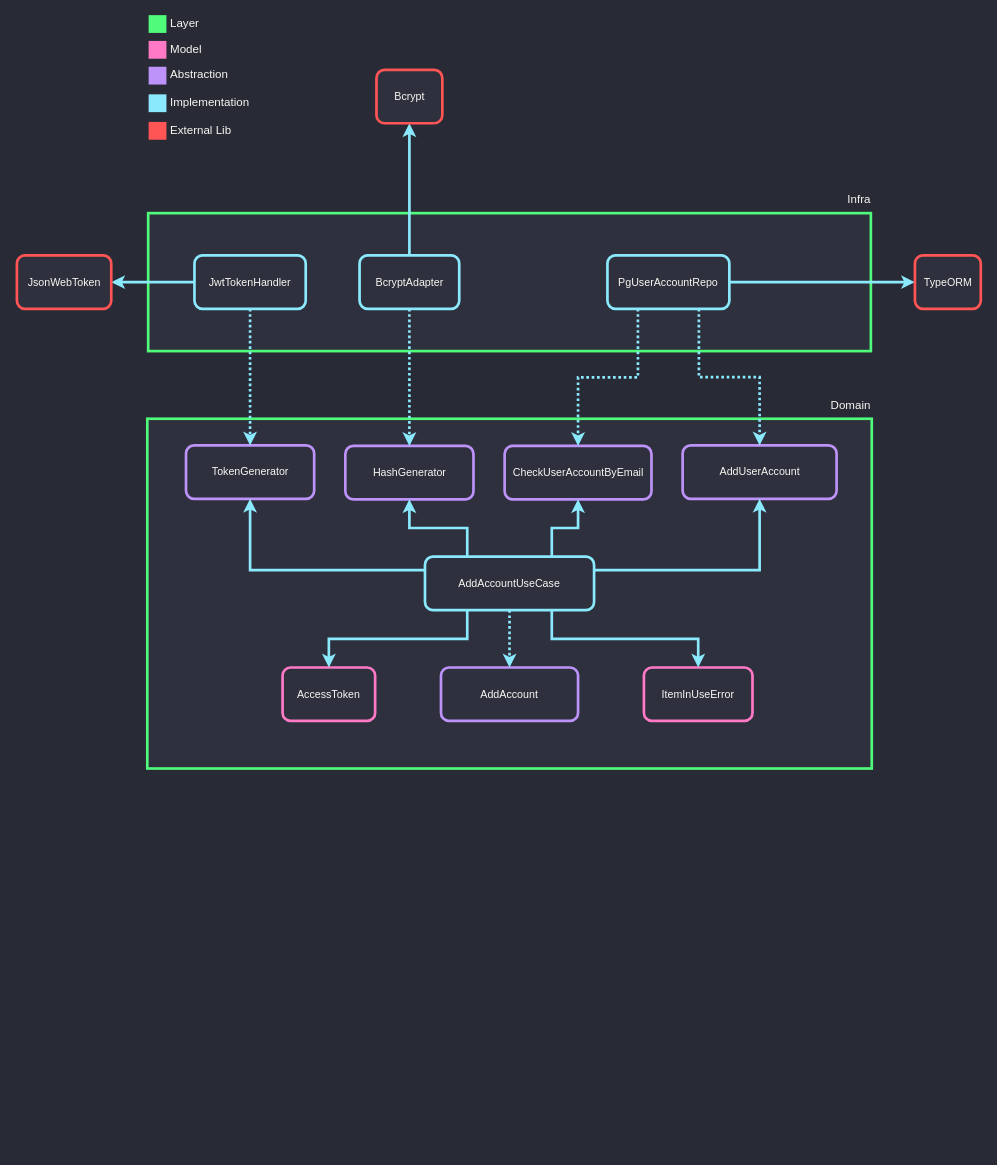
Before: documentation/signup/dependencies.drawio in alexandrevoliveira/engemanapi, a draw.io diagram. Source tidied: cells renumbered, new cells numbered last; positions are measured from the earlier drawing's top-left corner, leaving out a move shared by most shapes. Both pictures are drawn from the tidied source at 89%, with x=0, y=0 at pixel (17, 14).
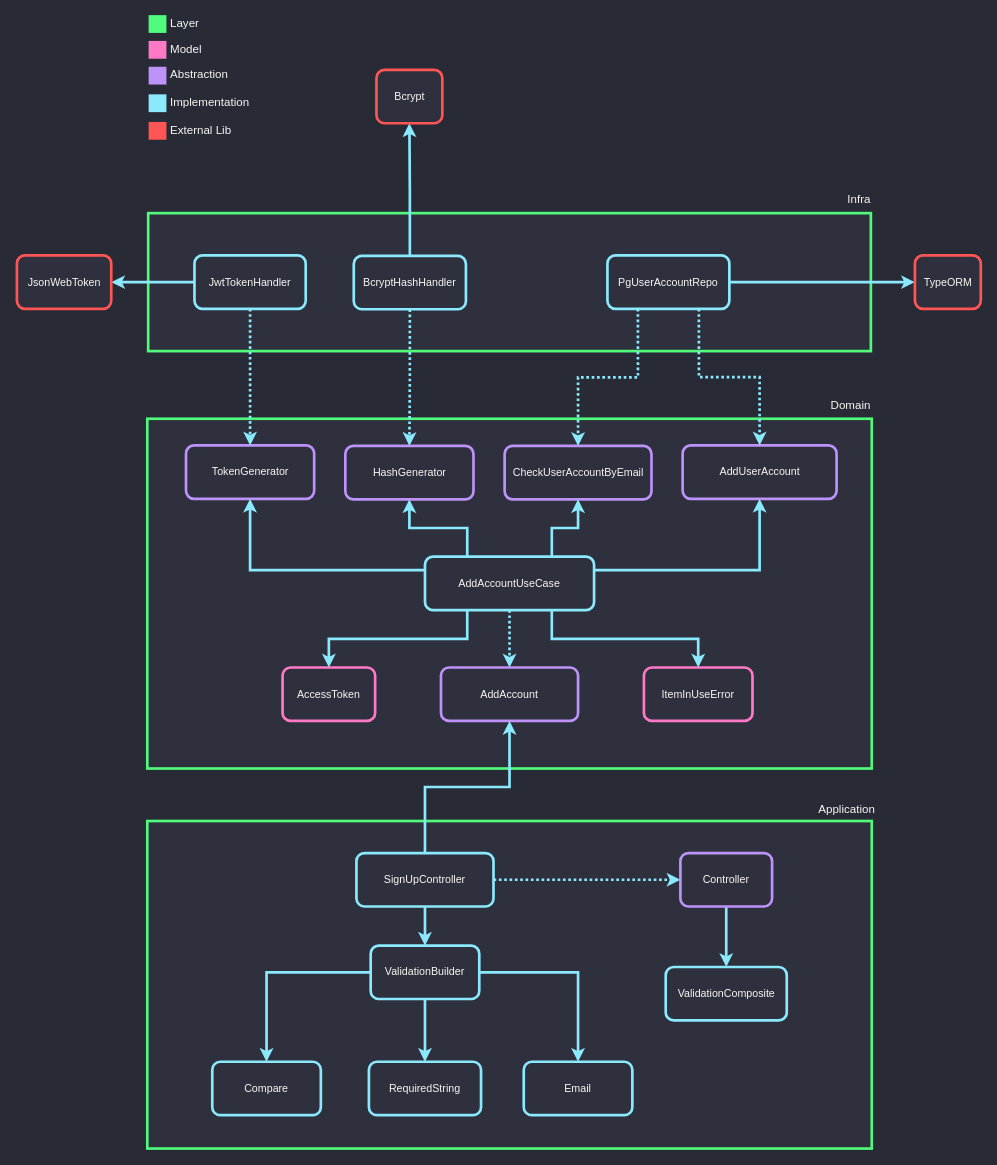
The same diagram, later.

Commit message:
docs: update SignUp dependency diagram

Unchanged cells that the change refers to:
```xml
<mxCell id="5" value="AddAccount" style="rounded=1;whiteSpace=wrap;html=1;strokeColor=#BD93F9;fillColor=#2E303D;strokeWidth=3;fontColor=#F8F8F2;" parent="1" vertex="1">
  <mxGeometry x="476" y="733.5" width="154" height="60" as="geometry" />
</mxCell>
```

What changed in the source:
```diff
@@
-    <mxCell id="32" value="BcryptAdapter" style="rounded=1;whiteSpace=wrap;html=1;strokeColor=#8BE9FD;fillColor=#2E303D;strokeWidth=3;fontColor=#F8F8F2;" parent="1" vertex="1">
-      <mxGeometry x="384.5" y="270.5" width="112" height="60" as="geometry" />
+    <mxCell id="32" value="BcryptHashHandler" style="rounded=1;whiteSpace=wrap;html=1;strokeColor=#8BE9FD;fillColor=#2E303D;strokeWidth=3;fontColor=#F8F8F2;" parent="1" vertex="1">
+      <mxGeometry x="378" y="271" width="126" height="60" as="geometry" />
     </mxCell>
@@
+    <mxCell id="44" style="rounded=0;whiteSpace=wrap;html=1;strokeColor=#50FA7B;strokeWidth=3;fillColor=#2E303D;fontColor=#F8F8F2;" parent="1" vertex="1">
+      <mxGeometry x="146" y="906" width="814" height="368" as="geometry" />
+    </mxCell>
+    <mxCell id="45" value="Application" style="text;html=1;align=right;verticalAlign=bottom;spacingTop=-4;fontColor=#F8F8F2;fontSize=13;" parent="1" vertex="1">
+      <mxGeometry x="891.5" y="887" width="73" height="16" as="geometry" />
+    </mxCell>
+    <mxCell id="46" style="edgeStyle=orthogonalEdgeStyle;rounded=0;jettySize=auto;html=1;exitX=0.5;exitY=1;exitDx=0;exitDy=0;entryX=0.5;entryY=0;entryDx=0;entryDy=0;strokeColor=#8BE9FD;strokeWidth=3;" parent="1" edge="1" source="48" target="51">
+      <mxGeometry relative="1" as="geometry" />
+    </mxCell>
+    <mxCell id="47" style="edgeStyle=orthogonalEdgeStyle;rounded=0;jettySize=auto;html=1;exitX=1;exitY=0.5;exitDx=0;exitDy=0;entryX=0;entryY=0.5;entryDx=0;entryDy=0;strokeColor=#8BE9FD;strokeWidth=3;dashed=1;dashPattern=1 1;" parent="1" edge="1" source="48" target="54">
+      <mxGeometry relative="1" as="geometry" />
+    </mxCell>
+    <mxCell id="48" value="SignUpController" style="rounded=1;whiteSpace=wrap;html=1;strokeColor=#8BE9FD;fillColor=#2E303D;strokeWidth=3;fontColor=#F8F8F2;" parent="1" vertex="1">
+      <mxGeometry x="381" y="942" width="154" height="60" as="geometry" />
+    </mxCell>
+    <mxCell id="49" value="ValidationComposite" style="rounded=1;whiteSpace=wrap;html=1;strokeColor=#8BE9FD;fillColor=#2E303D;strokeWidth=3;fontColor=#F8F8F2;" parent="1" vertex="1">
+      <mxGeometry x="728.5" y="1070" width="136" height="60" as="geometry" />
+    </mxCell>
+    <mxCell id="50" style="edgeStyle=orthogonalEdgeStyle;rounded=0;jettySize=auto;html=1;exitX=0.5;exitY=1;exitDx=0;exitDy=0;entryX=0.5;entryY=0;entryDx=0;entryDy=0;strokeColor=#8BE9FD;strokeWidth=3;" parent="1" edge="1" source="51" target="55">
+      <mxGeometry relative="1" as="geometry" />
+    </mxCell>
+    <mxCell id="51" value="ValidationBuilder" style="rounded=1;whiteSpace=wrap;html=1;strokeColor=#8BE9FD;fillColor=#2E303D;strokeWidth=3;fontColor=#F8F8F2;" parent="1" vertex="1">
+      <mxGeometry x="397" y="1046" width="122" height="60" as="geometry" />
+    </mxCell>
+    <mxCell id="52" value="Email" style="rounded=1;whiteSpace=wrap;html=1;strokeColor=#8BE9FD;fillColor=#2E303D;strokeWidth=3;fontColor=#F8F8F2;" parent="1" vertex="1">
+      <mxGeometry x="569" y="1176.5" width="122" height="60" as="geometry" />
+    </mxCell>
+    <mxCell id="53" style="edgeStyle=orthogonalEdgeStyle;rounded=0;jettySize=auto;html=1;exitX=0.5;exitY=1;exitDx=0;exitDy=0;entryX=0.5;entryY=0;entryDx=0;entryDy=0;strokeColor=#8BE9FD;strokeWidth=3;" parent="1" edge="1" source="54" target="49">
+      <mxGeometry relative="1" as="geometry" />
+    </mxCell>
+    <mxCell id="54" value="Controller" style="rounded=1;whiteSpace=wrap;html=1;strokeColor=#BD93F9;fillColor=#2E303D;strokeWidth=3;fontColor=#F8F8F2;" parent="1" vertex="1">
+      <mxGeometry x="745" y="942" width="103" height="60" as="geometry" />
+    </mxCell>
+    <mxCell id="55" value="RequiredString" style="rounded=1;whiteSpace=wrap;html=1;strokeColor=#8BE9FD;fillColor=#2E303D;strokeWidth=3;fontColor=#F8F8F2;" parent="1" vertex="1">
+      <mxGeometry x="395" y="1176.5" width="126" height="60" as="geometry" />
+    </mxCell>
+    <mxCell id="56" value="Compare" style="rounded=1;whiteSpace=wrap;html=1;strokeColor=#8BE9FD;fillColor=#2E303D;strokeWidth=3;fontColor=#F8F8F2;" parent="1" vertex="1">
+      <mxGeometry x="219" y="1176.5" width="122" height="60" as="geometry" />
+    </mxCell>
+    <mxCell id="57" style="edgeStyle=orthogonalEdgeStyle;rounded=0;jettySize=auto;html=1;exitX=0;exitY=0.5;exitDx=0;exitDy=0;entryX=0.5;entryY=0;entryDx=0;entryDy=0;strokeColor=#8BE9FD;strokeWidth=3;" parent="1" edge="1" source="51" target="56">
+      <mxGeometry relative="1" as="geometry" />
+    </mxCell>
+    <mxCell id="58" style="edgeStyle=orthogonalEdgeStyle;rounded=0;jettySize=auto;html=1;exitX=1;exitY=0.5;exitDx=0;exitDy=0;entryX=0.5;entryY=0;entryDx=0;entryDy=0;strokeColor=#8BE9FD;strokeWidth=3;" parent="1" edge="1" source="51" target="52">
+      <mxGeometry relative="1" as="geometry">
+        <Array as="points">
+          <mxPoint x="630" y="1076" />
+        </Array>
+      </mxGeometry>
+    </mxCell>
+    <mxCell id="59" style="edgeStyle=orthogonalEdgeStyle;rounded=0;jettySize=auto;html=1;exitX=0.5;exitY=0;exitDx=0;exitDy=0;entryX=0.5;entryY=1;entryDx=0;entryDy=0;strokeColor=#8BE9FD;strokeWidth=3;" parent="1" edge="1" source="48" target="5">
+      <mxGeometry relative="1" as="geometry" />
+    </mxCell>
```
